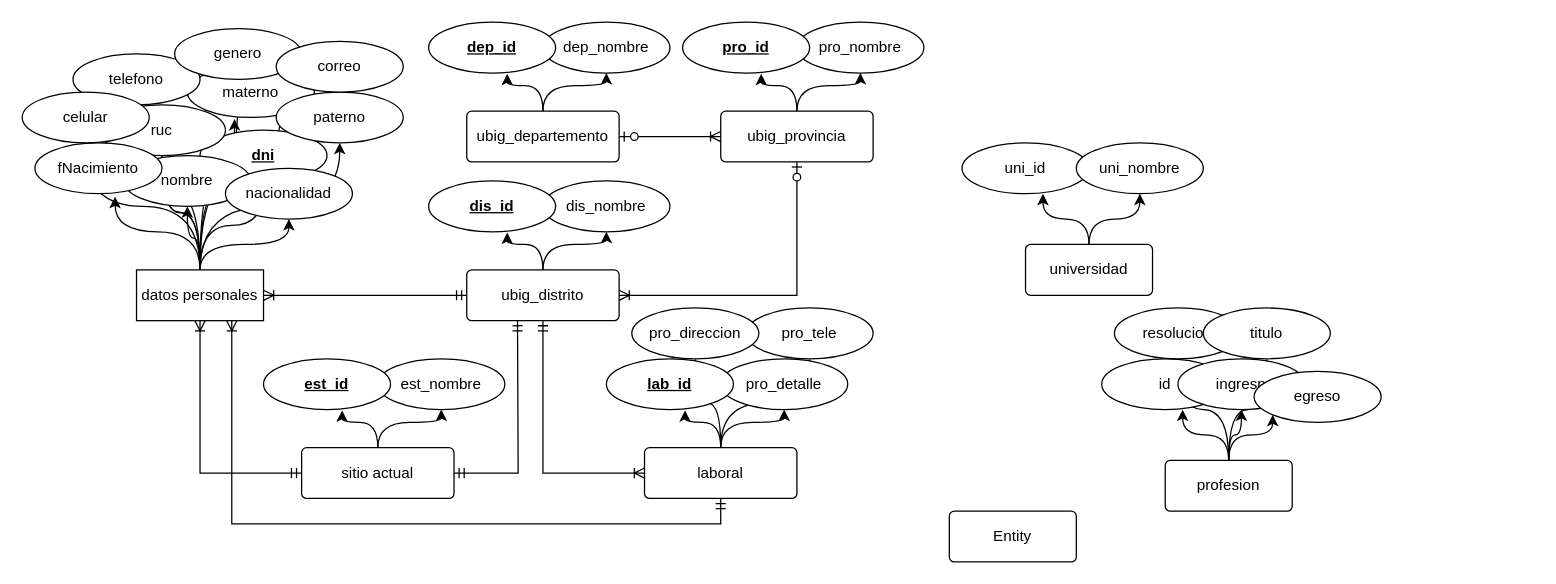
The draw.io diagram examenbasededatos.drawio in armindnwyr/tda3, before the edit. Source tidied: cells renumbered, new cells numbered last; positions are measured from the earlier drawing's top-left corner, leaving out a move shared by most shapes. Both pictures are drawn from the tidied source at 127%, with x=0, y=0 at pixel (22, 22).
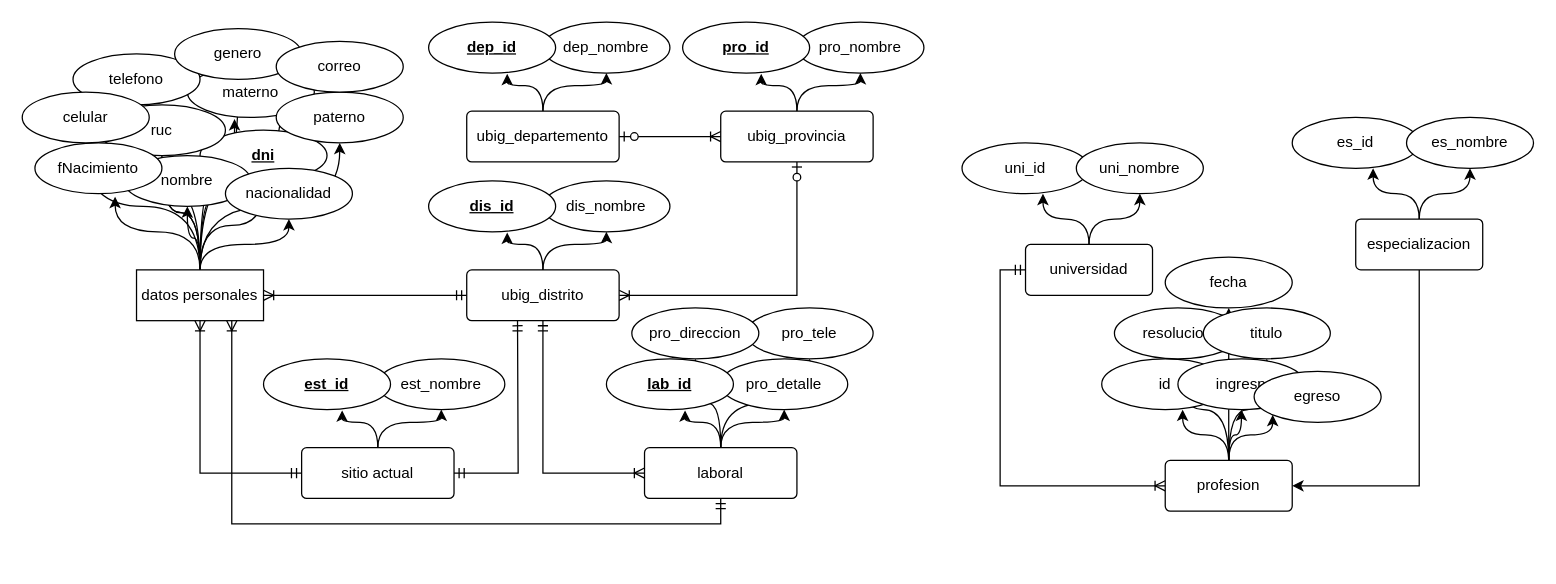
After the change.

Unchanged cells that the change refers to:
```xml
<mxCell id="64" value="universidad" style="rounded=1;arcSize=10;whiteSpace=wrap;html=1;align=center;" parent="1" vertex="1">
  <mxGeometry x="790" y="175" width="100" height="40" as="geometry" />
</mxCell>
<mxCell id="72" value="profesion" style="rounded=1;arcSize=10;whiteSpace=wrap;html=1;align=center;" parent="1" vertex="1">
  <mxGeometry x="900" y="345" width="100" height="40" as="geometry" />
</mxCell>
```

Change to the diagram source:
```diff
@@
+    <mxCell id="79" style="edgeStyle=orthogonalEdgeStyle;rounded=0;jettySize=auto;html=1;exitX=0;exitY=0.5;exitDx=0;exitDy=0;entryX=0;entryY=0.5;entryDx=0;entryDy=0;startArrow=ERmandOne;startFill=0;endArrow=ERoneToMany;endFill=0;" parent="1" edge="1" source="64" target="72">
+      <mxGeometry relative="1" as="geometry" />
+    </mxCell>
@@
+    <mxCell id="80" style="edgeStyle=orthogonalEdgeStyle;rounded=0;jettySize=auto;html=1;entryX=0.5;entryY=1;entryDx=0;entryDy=0;startArrow=none;startFill=0;endArrow=classic;endFill=1;" parent="1" edge="1" source="72" target="81">
+      <mxGeometry relative="1" as="geometry" />
+    </mxCell>
@@
-    <mxCell id="78" value="Entity" style="rounded=1;arcSize=10;whiteSpace=wrap;html=1;align=center;" parent="1" vertex="1">
-      <mxGeometry x="730" y="385" width="100" height="40" as="geometry" />
-    </mxCell>
+    <mxCell id="81" value="fecha" style="ellipse;whiteSpace=wrap;html=1;align=center;" parent="1" vertex="1">
+      <mxGeometry x="900" y="185" width="100" height="40" as="geometry" />
+    </mxCell>
+    <mxCell id="82" style="edgeStyle=orthogonalEdgeStyle;rounded=0;jettySize=auto;html=1;entryX=0.5;entryY=1;entryDx=0;entryDy=0;startArrow=none;startFill=0;endArrow=classic;endFill=1;curved=1;" parent="1" edge="1" source="85" target="87">
+      <mxGeometry relative="1" as="geometry" />
+    </mxCell>
+    <mxCell id="83" style="edgeStyle=orthogonalEdgeStyle;curved=1;rounded=0;jettySize=auto;html=1;entryX=0.637;entryY=1.001;entryDx=0;entryDy=0;entryPerimeter=0;startArrow=none;startFill=0;endArrow=classic;endFill=1;" parent="1" edge="1" source="85" target="86">
+      <mxGeometry relative="1" as="geometry" />
+    </mxCell>
+    <mxCell id="84" style="edgeStyle=orthogonalEdgeStyle;rounded=0;jettySize=auto;html=1;entryX=1;entryY=0.5;entryDx=0;entryDy=0;startArrow=none;startFill=0;endArrow=classic;endFill=1;exitX=0.5;exitY=1;exitDx=0;exitDy=0;" parent="1" edge="1" source="85" target="72">
+      <mxGeometry relative="1" as="geometry" />
+    </mxCell>
+    <mxCell id="85" value="especializacion" style="rounded=1;arcSize=10;whiteSpace=wrap;html=1;align=center;" parent="1" vertex="1">
+      <mxGeometry x="1050" y="155" width="100" height="40" as="geometry" />
+    </mxCell>
+    <mxCell id="86" value="es_id" style="ellipse;whiteSpace=wrap;html=1;align=center;" parent="1" vertex="1">
+      <mxGeometry x="1000" y="75" width="100" height="40" as="geometry" />
+    </mxCell>
+    <mxCell id="87" value="es_nombre" style="ellipse;whiteSpace=wrap;html=1;align=center;" parent="1" vertex="1">
+      <mxGeometry x="1090" y="75" width="100" height="40" as="geometry" />
+    </mxCell>
```
